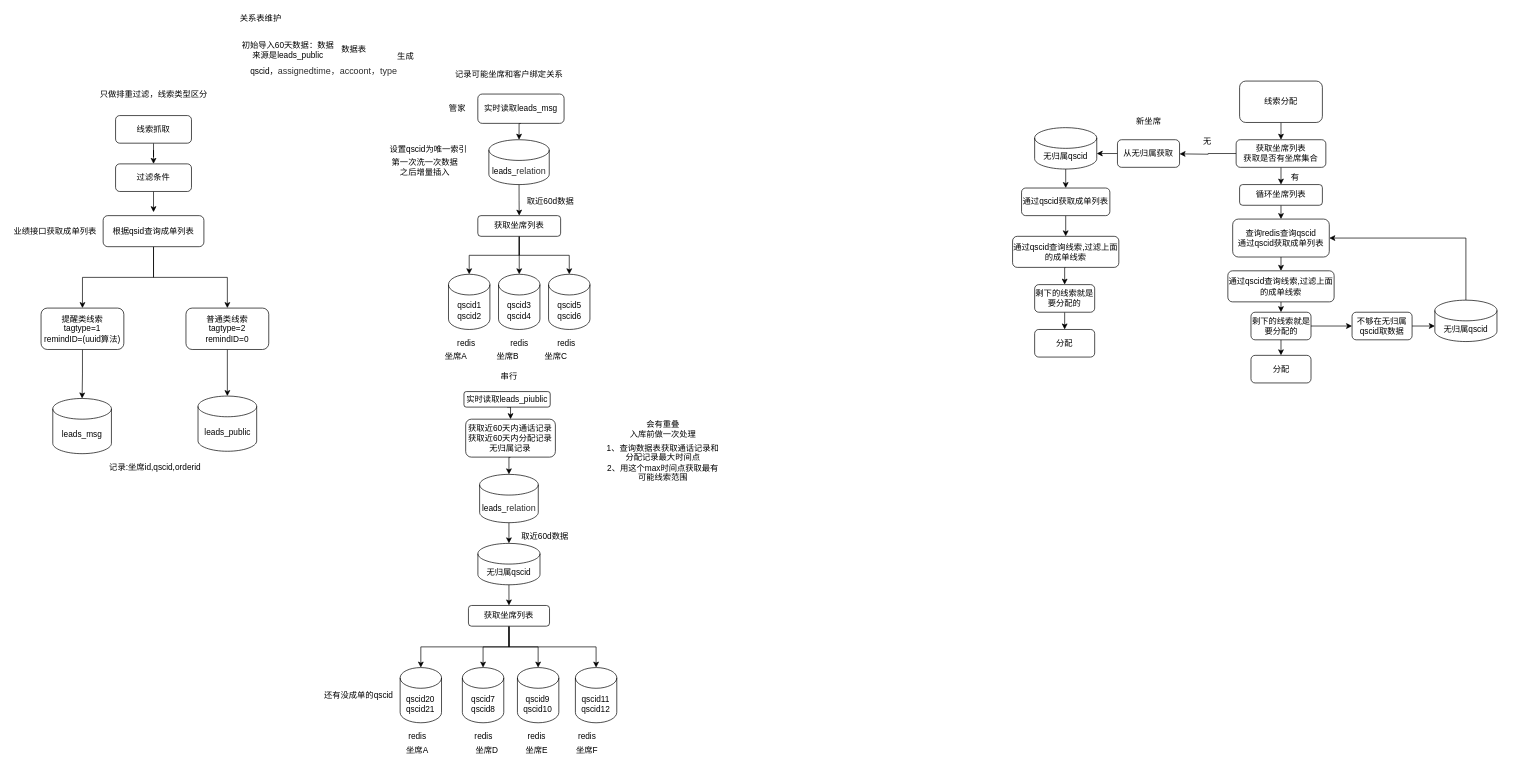
Above: 需求方案.drawio in jilinhao/test (draw.io), before the change. Source tidied: cells renumbered, new cells numbered last; positions are measured from the earlier drawing's top-left corner, leaving out a move shared by most shapes. Both pictures are drawn from the tidied source at 69%, with x=0, y=0 at pixel (12, 12).
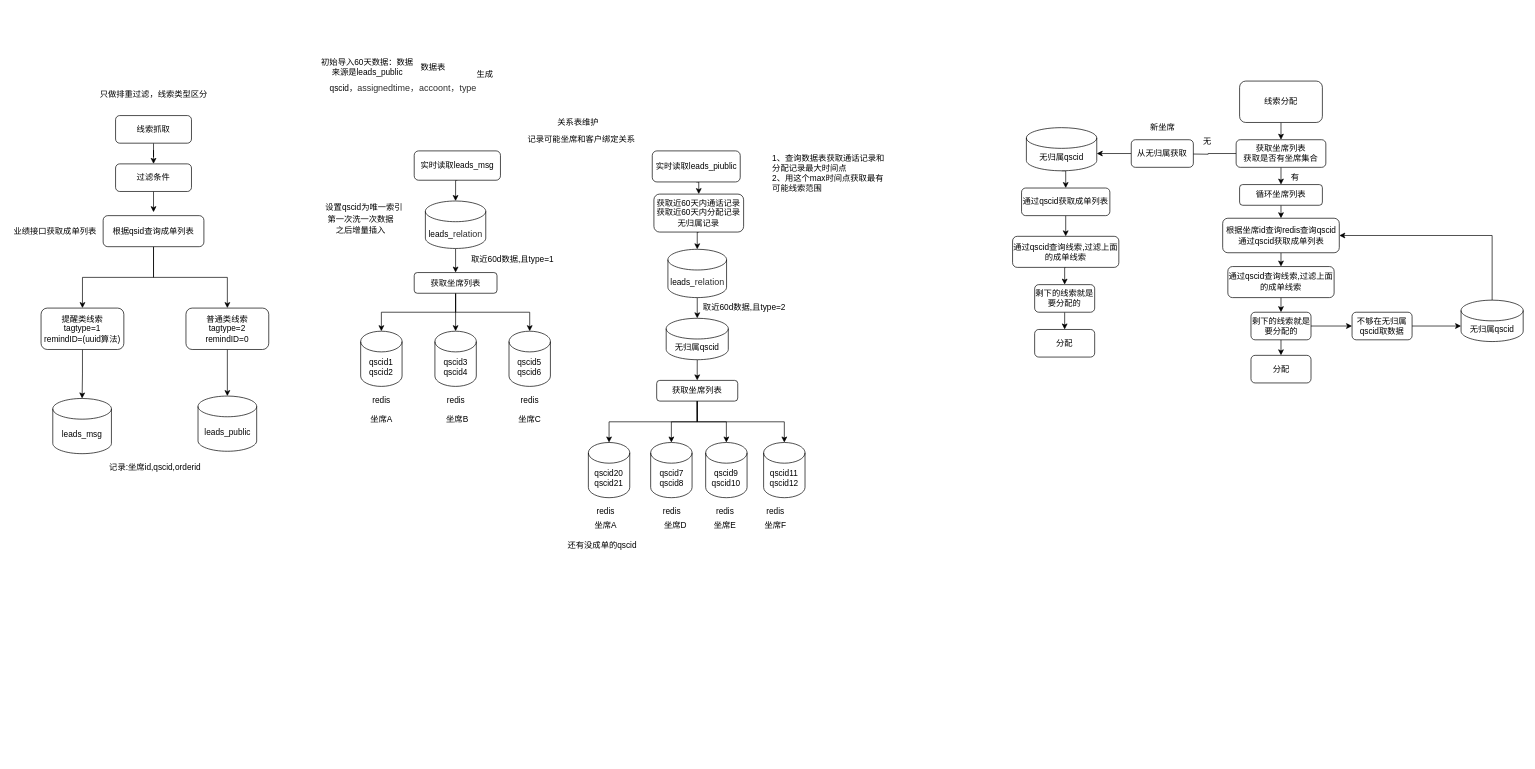
The same page after the edit.

Diff of the diagram source:
```diff
@@
     <mxCell id="6" value="qscid，&lt;span style=&quot;color: rgb(46 , 46 , 46) ; font-family: &amp;#34;hei&amp;#34; ; font-size: 13px&quot;&gt;assignedtime，accoont，type&lt;/span&gt;" style="text;html=1;strokeColor=none;fillColor=none;align=center;verticalAlign=middle;whiteSpace=wrap;rounded=0;" parent="1" vertex="1">
-      <mxGeometry x="306.5" y="80" width="290" height="10" as="geometry" />
+      <mxGeometry x="421.8" y="105" width="290" height="10" as="geometry" />
     </mxCell>
     <mxCell id="7" value="初始导入60天数据：数据来源是leads_public" style="text;html=1;strokeColor=none;fillColor=none;align=center;verticalAlign=middle;whiteSpace=wrap;rounded=0;" parent="1" vertex="1">
-      <mxGeometry x="330" y="50" width="140" height="10" as="geometry" />
+      <mxGeometry x="445.2" y="75" width="140" height="10" as="geometry" />
     </mxCell>
@@
     <mxCell id="9" value="数据表" style="text;html=1;align=center;verticalAlign=middle;" parent="1" vertex="1">
-      <mxGeometry x="470" y="45" width="50" height="20" as="geometry" />
+      <mxGeometry x="585.2" y="70" width="50" height="20" as="geometry" />
     </mxCell>
@@
     <mxCell id="19" value="生成" style="text;html=1;align=center;verticalAlign=middle;" parent="1" vertex="1">
-      <mxGeometry x="550" y="55" width="40" height="20" as="geometry" />
+      <mxGeometry x="665.2" y="80" width="40" height="20" as="geometry" />
     </mxCell>
@@
     <mxCell id="21" value="关系表维护" style="text;html=1;align=center;verticalAlign=middle;" parent="1" vertex="1">
-      <mxGeometry x="320" width="80" height="20" as="geometry" />
+      <mxGeometry x="779.8" y="150" width="80" height="20" as="geometry" />
     </mxCell>
@@
     <mxCell id="23" value="实时读取&lt;span&gt;leads_msg&lt;/span&gt;" style="rounded=1;whiteSpace=wrap;html=1;" parent="1" vertex="1">
-      <mxGeometry x="675" y="118.8" width="125" height="42.5" as="geometry" />
+      <mxGeometry x="582.8" y="201.2" width="125" height="42.5" as="geometry" />
     </mxCell>
     <mxCell id="24" value="记录可能坐席和客户绑定关系" style="text;html=1;align=center;verticalAlign=middle;" parent="1" vertex="1">
-      <mxGeometry x="635" y="80" width="170" height="20" as="geometry" />
+      <mxGeometry x="740" y="175" width="170" height="20" as="geometry" />
     </mxCell>
@@
     <mxCell id="26" value="实时读取&lt;span&gt;leads_piublic&lt;/span&gt;" style="rounded=1;whiteSpace=wrap;html=1;" parent="1" vertex="1">
-      <mxGeometry x="654.9" y="550" width="125" height="22.5" as="geometry" />
+      <mxGeometry x="927.8" y="201.2" width="127.5" height="45" as="geometry" />
     </mxCell>
-    <mxCell id="27" value="管家" style="text;html=1;align=center;verticalAlign=middle;" parent="1" vertex="1">
-      <mxGeometry x="625" y="130" width="40" height="20" as="geometry" />
-    </mxCell>
@@
     <mxCell id="30" value="leads_&lt;span style=&quot;color: rgb(46 , 46 , 46) ; font-family: &amp;#34;hei&amp;#34; ; font-size: 13px&quot;&gt;relation&lt;/span&gt;" style="shape=cylinder3;whiteSpace=wrap;html=1;boundedLbl=1;backgroundOutline=1;size=15;" parent="1" vertex="1">
-      <mxGeometry x="691" y="185" width="87.5" height="65" as="geometry" />
+      <mxGeometry x="599" y="273.8" width="87.5" height="68.8" as="geometry" />
     </mxCell>
     <mxCell id="31" value="设置&lt;span&gt;qscid为唯一索引&lt;br&gt;&lt;/span&gt;" style="text;html=1;align=center;verticalAlign=middle;" parent="1" vertex="1">
-      <mxGeometry x="537.5" y="190" width="130" height="20" as="geometry" />
+      <mxGeometry x="445.2" y="272.5" width="130" height="20" as="geometry" />
     </mxCell>
@@
     <mxCell id="33" value="获取近60天内通话记录&lt;br&gt;获取近60天内分配记录&lt;br&gt;无归属记录" style="rounded=1;whiteSpace=wrap;html=1;" parent="1" vertex="1">
-      <mxGeometry x="657.4" y="590" width="130" height="55" as="geometry" />
+      <mxGeometry x="930.2" y="263.8" width="130" height="55" as="geometry" />
     </mxCell>
@@
     <mxCell id="35" value="leads_&lt;span style=&quot;color: rgb(46 , 46 , 46) ; font-family: &amp;#34;hei&amp;#34; ; font-size: 13px&quot;&gt;relation&lt;/span&gt;" style="shape=cylinder3;whiteSpace=wrap;html=1;boundedLbl=1;backgroundOutline=1;size=15;" parent="1" vertex="1">
-      <mxGeometry x="677.6" y="670" width="85" height="70" as="geometry" />
+      <mxGeometry x="950.5" y="343.8" width="85" height="70" as="geometry" />
     </mxCell>
     <mxCell id="36" value="第一次洗一次数据&lt;br&gt;之后增量插入" style="text;html=1;align=center;verticalAlign=middle;" parent="1" vertex="1">
-      <mxGeometry x="542.5" y="210" width="110" height="30" as="geometry" />
+      <mxGeometry x="450.2" y="292.5" width="110" height="30" as="geometry" />
     </mxCell>
@@
     <mxCell id="42" value="qscid1&lt;br&gt;qscid2" style="shape=cylinder3;whiteSpace=wrap;html=1;boundedLbl=1;backgroundOutline=1;size=15;" parent="1" vertex="1">
-      <mxGeometry x="632.5" y="380" width="60" height="80" as="geometry" />
+      <mxGeometry x="505.2" y="462.5" width="60" height="80" as="geometry" />
     </mxCell>
@@
     <mxCell id="46" value="获取坐席列表" style="rounded=1;whiteSpace=wrap;html=1;" parent="1" vertex="1">
-      <mxGeometry x="675" y="295" width="120" height="30" as="geometry" />
+      <mxGeometry x="582.8" y="377.5" width="120" height="30" as="geometry" />
     </mxCell>
@@
     <mxCell id="51" value="获取坐席列表" style="rounded=1;whiteSpace=wrap;html=1;" parent="1" vertex="1">
-      <mxGeometry x="661.4" y="860" width="117.5" height="30" as="geometry" />
+      <mxGeometry x="934.2" y="533.8" width="117.5" height="30" as="geometry" />
     </mxCell>
     <mxCell id="52" value="&lt;span&gt;qscid7&lt;/span&gt;&lt;br&gt;&lt;span&gt;qscid8&lt;/span&gt;" style="shape=cylinder3;whiteSpace=wrap;html=1;boundedLbl=1;backgroundOutline=1;size=15;" parent="1" vertex="1">
-      <mxGeometry x="652.6" y="950" width="60" height="80" as="geometry" />
+      <mxGeometry x="925.5" y="623.8" width="60" height="80" as="geometry" />
     </mxCell>
     <mxCell id="53" value="&lt;span&gt;qscid9&lt;/span&gt;&lt;br&gt;&lt;span&gt;qscid10&lt;/span&gt;" style="shape=cylinder3;whiteSpace=wrap;html=1;boundedLbl=1;backgroundOutline=1;size=15;" parent="1" vertex="1">
-      <mxGeometry x="732.4" y="950" width="60" height="80" as="geometry" />
+      <mxGeometry x="1005.2" y="623.8" width="60" height="80" as="geometry" />
     </mxCell>
     <mxCell id="54" value="&lt;span&gt;qscid11&lt;/span&gt;&lt;br&gt;&lt;span&gt;qscid12&lt;/span&gt;" style="shape=cylinder3;whiteSpace=wrap;html=1;boundedLbl=1;backgroundOutline=1;size=15;" parent="1" vertex="1">
-      <mxGeometry x="816.4" y="950" width="60" height="80" as="geometry" />
+      <mxGeometry x="1089.2" y="623.8" width="60" height="80" as="geometry" />
     </mxCell>
     <mxCell id="55" value="&lt;span&gt;qscid5&lt;/span&gt;&lt;br&gt;&lt;span&gt;qscid6&lt;/span&gt;" style="shape=cylinder3;whiteSpace=wrap;html=1;boundedLbl=1;backgroundOutline=1;size=15;" parent="1" vertex="1">
-      <mxGeometry x="777.5" y="380" width="60" height="80" as="geometry" />
+      <mxGeometry x="720.2" y="462.5" width="60" height="80" as="geometry" />
     </mxCell>
     <mxCell id="56" value="&lt;span&gt;qscid3&lt;/span&gt;&lt;br&gt;&lt;span&gt;qscid4&lt;/span&gt;" style="shape=cylinder3;whiteSpace=wrap;html=1;boundedLbl=1;backgroundOutline=1;size=15;" parent="1" vertex="1">
-      <mxGeometry x="705" y="380" width="60" height="80" as="geometry" />
+      <mxGeometry x="612.8" y="462.5" width="60" height="80" as="geometry" />
     </mxCell>
     <mxCell id="57" value="redis" style="text;html=1;align=center;verticalAlign=middle;" parent="1" vertex="1">
-      <mxGeometry x="637.5" y="470" width="40" height="20" as="geometry" />
+      <mxGeometry x="515.2" y="552.5" width="40" height="20" as="geometry" />
     </mxCell>
     <mxCell id="58" value="redis" style="text;html=1;align=center;verticalAlign=middle;" parent="1" vertex="1">
-      <mxGeometry x="715" y="470" width="40" height="20" as="geometry" />
+      <mxGeometry x="622.8" y="552.5" width="40" height="20" as="geometry" />
     </mxCell>
     <mxCell id="59" value="redis" style="text;html=1;align=center;verticalAlign=middle;" parent="1" vertex="1">
-      <mxGeometry x="782.5" y="470" width="40" height="20" as="geometry" />
+      <mxGeometry x="730.2" y="552.5" width="40" height="20" as="geometry" />
     </mxCell>
     <mxCell id="60" value="redis" style="text;html=1;align=center;verticalAlign=middle;" parent="1" vertex="1">
-      <mxGeometry x="662.6" y="1040" width="40" height="20" as="geometry" />
+      <mxGeometry x="935.5" y="713.8" width="40" height="20" as="geometry" />
     </mxCell>
     <mxCell id="61" value="redis" style="text;html=1;align=center;verticalAlign=middle;" parent="1" vertex="1">
-      <mxGeometry x="740.1" y="1040" width="40" height="20" as="geometry" />
+      <mxGeometry x="1013" y="713.8" width="40" height="20" as="geometry" />
     </mxCell>
     <mxCell id="62" value="redis" style="text;html=1;align=center;verticalAlign=middle;" parent="1" vertex="1">
-      <mxGeometry x="812.6" y="1040" width="40" height="20" as="geometry" />
+      <mxGeometry x="1085.5" y="713.8" width="40" height="20" as="geometry" />
     </mxCell>
     <mxCell id="63" value="坐席A" style="text;html=1;align=center;verticalAlign=middle;" parent="1" vertex="1">
-      <mxGeometry x="617.5" y="490" width="50" height="20" as="geometry" />
+      <mxGeometry x="510.2" y="580" width="50" height="20" as="geometry" />
     </mxCell>
     <mxCell id="64" value="坐席B" style="text;html=1;align=center;verticalAlign=middle;" parent="1" vertex="1">
-      <mxGeometry x="692.5" y="490" width="50" height="20" as="geometry" />
+      <mxGeometry x="620.2" y="581.2" width="50" height="20" as="geometry" />
     </mxCell>
     <mxCell id="65" value="坐席C" style="text;html=1;align=center;verticalAlign=middle;" parent="1" vertex="1">
-      <mxGeometry x="762.5" y="490" width="50" height="20" as="geometry" />
+      <mxGeometry x="725.2" y="581.2" width="50" height="20" as="geometry" />
     </mxCell>
     <mxCell id="66" value="坐席D" style="text;html=1;align=center;verticalAlign=middle;" parent="1" vertex="1">
-      <mxGeometry x="662.6" y="1060" width="50" height="20" as="geometry" />
+      <mxGeometry x="935.5" y="733.8" width="50" height="20" as="geometry" />
     </mxCell>
     <mxCell id="67" value="坐席E" style="text;html=1;align=center;verticalAlign=middle;" parent="1" vertex="1">
-      <mxGeometry x="735.1" y="1060" width="50" height="20" as="geometry" />
+      <mxGeometry x="1008" y="733.8" width="50" height="20" as="geometry" />
     </mxCell>
     <mxCell id="68" value="坐席F" style="text;html=1;align=center;verticalAlign=middle;" parent="1" vertex="1">
-      <mxGeometry x="807.6" y="1060" width="50" height="20" as="geometry" />
+      <mxGeometry x="1080.5" y="733.8" width="50" height="20" as="geometry" />
     </mxCell>
-    <mxCell id="69" value="取近60d数据" style="text;html=1;align=center;verticalAlign=middle;" parent="1" vertex="1">
-      <mxGeometry x="732.4" y="750" width="80" height="20" as="geometry" />
+    <mxCell id="69" value="取近60d数据,且type=2" style="text;html=1;align=center;verticalAlign=middle;" parent="1" vertex="1">
+      <mxGeometry x="990.5" y="417.5" width="140" height="20" as="geometry" />
     </mxCell>
-    <mxCell id="70" value="取近60d数据" style="text;html=1;align=center;verticalAlign=middle;" parent="1" vertex="1">
-      <mxGeometry x="740" y="265" width="80" height="20" as="geometry" />
+    <mxCell id="70" value="取近60d数据,且type=1" style="text;html=1;align=center;verticalAlign=middle;" parent="1" vertex="1">
+      <mxGeometry x="655.2" y="348.8" width="140" height="20" as="geometry" />
     </mxCell>
@@
-    <mxCell id="74" value="会有重叠&lt;br&gt;入库前做一次处理" style="text;html=1;align=center;verticalAlign=middle;" parent="1" vertex="1">
-      <mxGeometry x="887.6" y="590" width="110" height="30" as="geometry" />
-    </mxCell>
-    <mxCell id="75" value="1、查询数据表获取通话记录和&lt;br&gt;分配记录最大时间点&lt;br&gt;2、用这个max时间点获取最有&lt;br&gt;可能线索范围" style="text;html=1;align=center;verticalAlign=middle;" parent="1" vertex="1">
-      <mxGeometry x="852.6" y="622.5" width="180" height="60" as="geometry" />
+    <mxCell id="75" value="1、查询数据表获取通话记录和&lt;br&gt;分配记录最大时间点&lt;br&gt;2、用这个max时间点获取最有&lt;br&gt;可能线索范围" style="text;html=1;align=left;verticalAlign=middle;" parent="1" vertex="1">
+      <mxGeometry x="1100" y="203.8" width="180" height="60" as="geometry" />
     </mxCell>
@@
-    <mxCell id="77" value="查询redis查询qscid&lt;br&gt;通过qscid获取成单列表" style="rounded=1;whiteSpace=wrap;html=1;" parent="1" vertex="1">
-      <mxGeometry x="1769" y="300" width="140" height="55" as="geometry" />
+    <mxCell id="77" value="根据坐席id查询redis查询qscid&lt;br&gt;通过qscid获取成单列表" style="rounded=1;whiteSpace=wrap;html=1;" parent="1" vertex="1">
+      <mxGeometry x="1754.5" y="298.8" width="169" height="50" as="geometry" />
     </mxCell>
@@
     <mxCell id="79" value="&lt;span&gt;通过qscid查询线索,过滤上面的成单线索&lt;/span&gt;" style="rounded=1;whiteSpace=wrap;html=1;" parent="1" vertex="1">
-      <mxGeometry x="1762" y="375" width="154" height="45" as="geometry" />
+      <mxGeometry x="1762" y="368.8" width="154" height="45" as="geometry" />
     </mxCell>
@@
     <mxCell id="84" value="无归属qscid" style="shape=cylinder3;whiteSpace=wrap;html=1;boundedLbl=1;backgroundOutline=1;size=15;" parent="1" vertex="1">
-      <mxGeometry x="675.1" y="770" width="90" height="60" as="geometry" />
+      <mxGeometry x="948" y="443.8" width="90" height="60" as="geometry" />
     </mxCell>
@@
     <mxCell id="86" value="无归属qscid" style="shape=cylinder3;whiteSpace=wrap;html=1;boundedLbl=1;backgroundOutline=1;size=15;" parent="1" vertex="1">
-      <mxGeometry x="2062" y="417.5" width="90" height="60" as="geometry" />
+      <mxGeometry x="2100" y="417.5" width="90" height="60" as="geometry" />
     </mxCell>
@@
     <mxCell id="91" value="从无归属获取" style="rounded=1;whiteSpace=wrap;html=1;" parent="1" vertex="1">
-      <mxGeometry x="1602" y="185" width="90" height="40" as="geometry" />
+      <mxGeometry x="1622" y="185" width="90" height="40" as="geometry" />
     </mxCell>
@@
     <mxCell id="94" value="无归属qscid" style="shape=cylinder3;whiteSpace=wrap;html=1;boundedLbl=1;backgroundOutline=1;size=15;" parent="1" vertex="1">
-      <mxGeometry x="1482" y="167.5" width="90" height="60" as="geometry" />
+      <mxGeometry x="1470" y="167.5" width="102" height="62.5" as="geometry" />
     </mxCell>
@@
     <mxCell id="102" value="新坐席" style="text;html=1;align=center;verticalAlign=middle;" parent="1" vertex="1">
-      <mxGeometry x="1622" y="147.5" width="50" height="20" as="geometry" />
+      <mxGeometry x="1642" y="157.5" width="50" height="20" as="geometry" />
     </mxCell>
-    <mxCell id="103" value="串行" style="text;html=1;align=center;verticalAlign=middle;" parent="1" vertex="1">
-      <mxGeometry x="700.2" y="517.5" width="40" height="20" as="geometry" />
-    </mxCell>
     <mxCell id="104" value="qscid20&lt;br&gt;qscid21" style="shape=cylinder3;whiteSpace=wrap;html=1;boundedLbl=1;backgroundOutline=1;size=15;" parent="1" vertex="1">
-      <mxGeometry x="562.4" y="950" width="60" height="80" as="geometry" />
+      <mxGeometry x="835.2" y="623.8" width="60" height="80" as="geometry" />
     </mxCell>
     <mxCell id="105" value="redis" style="text;html=1;align=center;verticalAlign=middle;" parent="1" vertex="1">
-      <mxGeometry x="567.4" y="1040" width="40" height="20" as="geometry" />
+      <mxGeometry x="840.2" y="713.8" width="40" height="20" as="geometry" />
     </mxCell>
     <mxCell id="106" value="坐席A" style="text;html=1;align=center;verticalAlign=middle;" parent="1" vertex="1">
-      <mxGeometry x="562.4" y="1060" width="50" height="20" as="geometry" />
+      <mxGeometry x="835.2" y="733.8" width="50" height="20" as="geometry" />
     </mxCell>
     <mxCell id="107" value="还有没成单的qscid" style="text;html=1;align=center;verticalAlign=middle;" parent="1" vertex="1">
-      <mxGeometry x="442.4" y="980" width="120" height="20" as="geometry" />
+      <mxGeometry x="795.2" y="762.5" width="120" height="20" as="geometry" />
     </mxCell>
```
